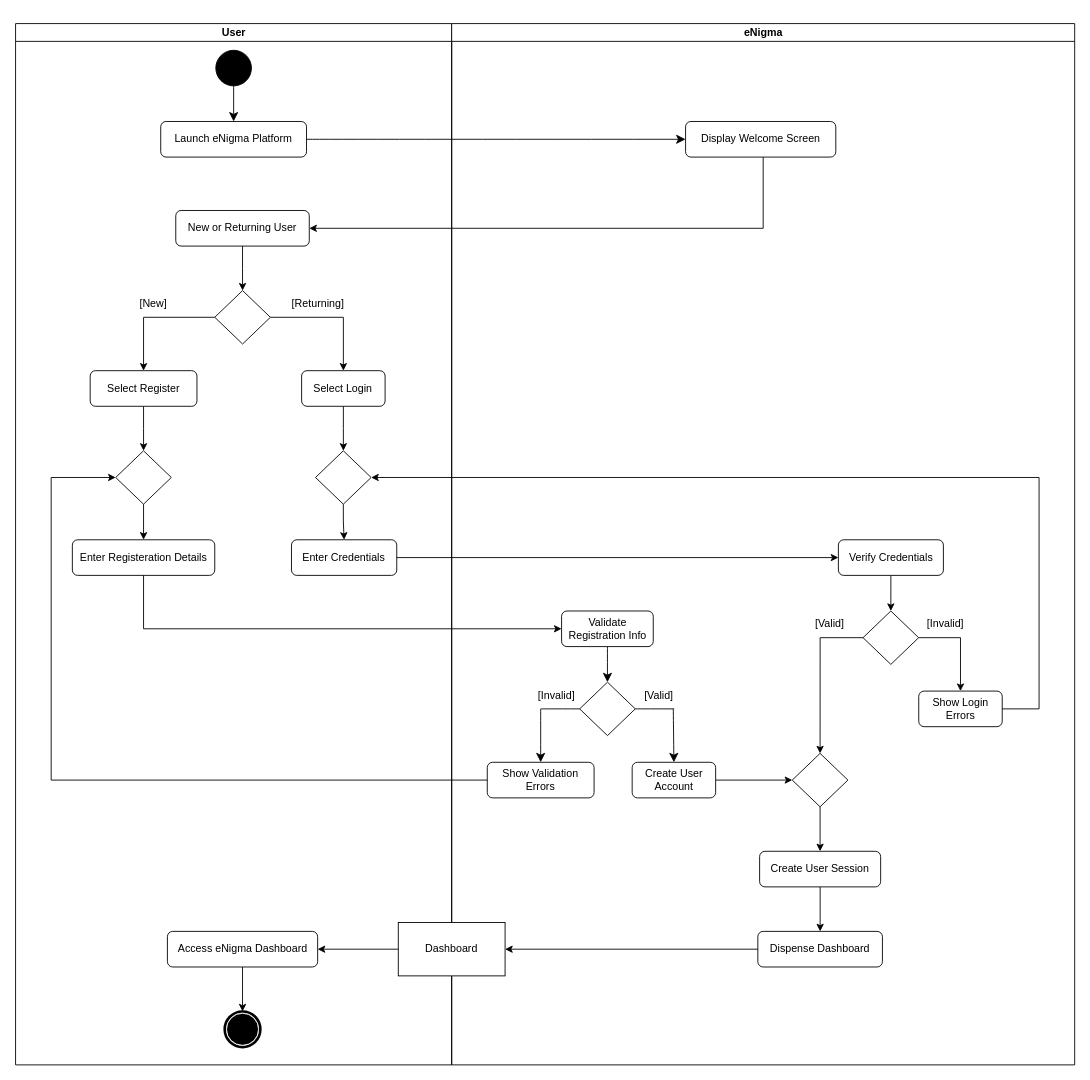
The draw.io diagram page "Page-1" (1 of 12) of Untitled Diagram.drawio in FrozenEnigma51051/Draw.io, before the edit. Source tidied: cells renumbered, new cells numbered last; positions are measured from the earlier drawing's top-left corner, leaving out a move shared by most shapes. Both pictures are drawn from the tidied source at 89%, with x=0, y=0 at pixel (15, 23).
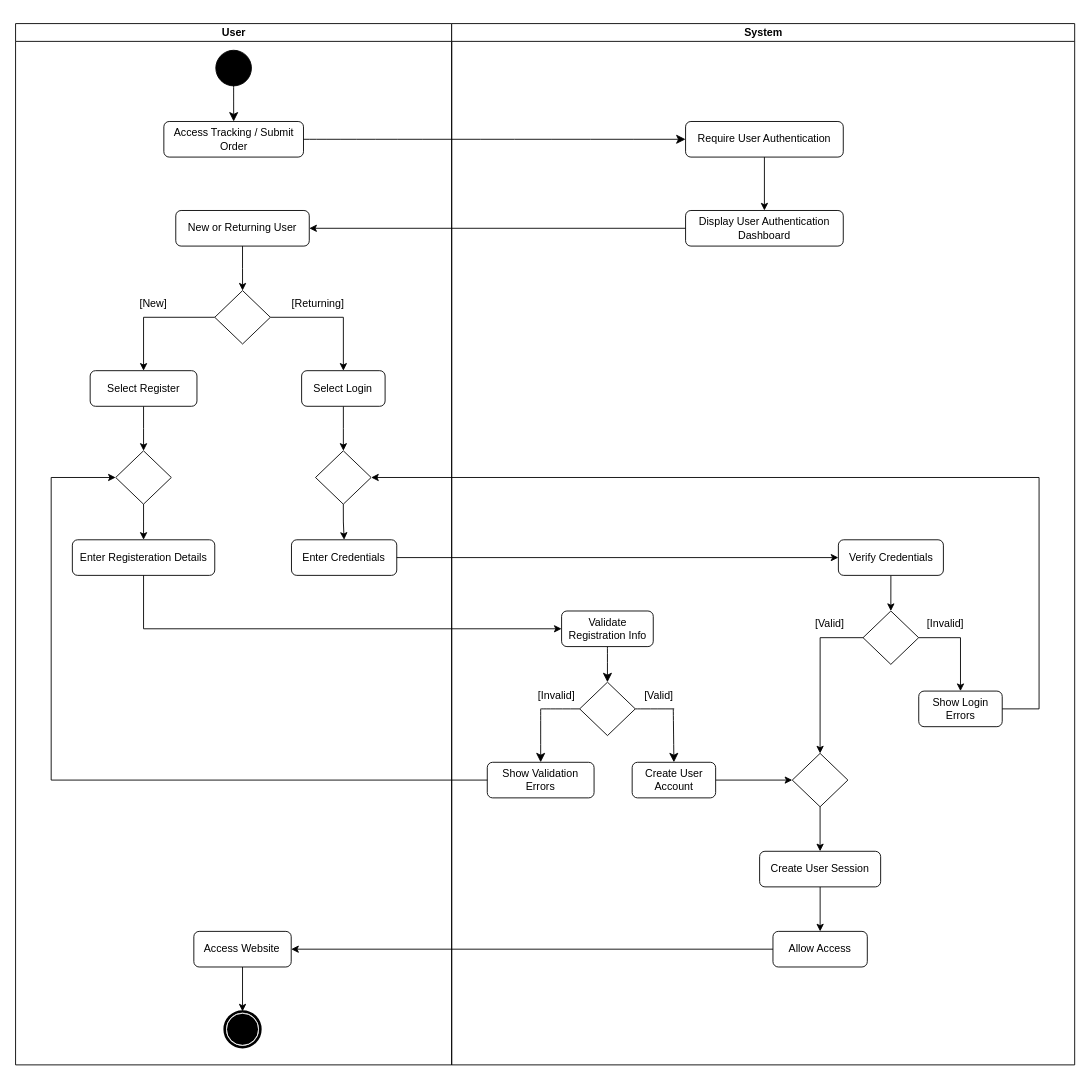
After the change.

The change refers to these unchanged cells:
```xml
<mxCell id="2" value="User" style="swimlane;html=1;startSize=20;" parent="1" vertex="1">
  <mxGeometry width="490" height="1170" as="geometry" />
</mxCell>
<mxCell id="7" value="New or Returning User" style="rounded=1;whiteSpace=wrap;html=1;" parent="2" vertex="1">
  <mxGeometry x="180" y="210" width="150" height="40" as="geometry" />
</mxCell>
```

What changed in the source:
```diff
@@
-    <mxCell id="4" value="Launch eNigma Platform" style="rounded=1;whiteSpace=wrap;html=1;" parent="2" vertex="1">
-      <mxGeometry x="163.1" y="110" width="163.8" height="40" as="geometry" />
+    <mxCell id="4" value="Access Tracking / Submit Order" style="rounded=1;whiteSpace=wrap;html=1;" parent="2" vertex="1">
+      <mxGeometry x="166.6" y="110" width="156.9" height="40" as="geometry" />
     </mxCell>
@@
-    <mxCell id="25" value="Access eNigma Dashboard" style="rounded=1;whiteSpace=wrap;html=1;" parent="2" vertex="1">
-      <mxGeometry x="170.6" y="1020" width="168.8" height="40" as="geometry" />
+    <mxCell id="25" value="Access Website" style="rounded=1;whiteSpace=wrap;html=1;" parent="2" vertex="1">
+      <mxGeometry x="200.3" y="1020" width="109.4" height="40" as="geometry" />
     </mxCell>
-    <mxCell id="26" value="eNigma" style="swimlane;html=1;startSize=20;" parent="1" vertex="1">
+    <mxCell id="26" value="System" style="swimlane;html=1;startSize=20;" parent="1" vertex="1">
       <mxGeometry x="490" width="700" height="1170" as="geometry" />
     </mxCell>
@@
+    <mxCell id="63" style="edgeStyle=orthogonalEdgeStyle;rounded=0;jettySize=auto;html=1;" parent="26" edge="1" source="46" target="64">
+      <mxGeometry relative="1" as="geometry" />
+    </mxCell>
-    <mxCell id="46" value="Display Welcome Screen" style="rounded=1;whiteSpace=wrap;html=1;" parent="26" vertex="1">
-      <mxGeometry x="262.8" y="110" width="168.8" height="40" as="geometry" />
+    <mxCell id="46" value="Require User Authentication" style="rounded=1;whiteSpace=wrap;html=1;" parent="26" vertex="1">
+      <mxGeometry x="262.8" y="110" width="177.2" height="40" as="geometry" />
     </mxCell>
@@
-    <mxCell id="50" value="Dispense Dashboard" style="rounded=1;whiteSpace=wrap;html=1;" parent="26" vertex="1">
-      <mxGeometry x="344" y="1020" width="140" height="40" as="geometry" />
+    <mxCell id="50" value="Allow Access" style="rounded=1;whiteSpace=wrap;html=1;" parent="26" vertex="1">
+      <mxGeometry x="361" y="1020" width="106" height="40" as="geometry" />
     </mxCell>
@@
+    <mxCell id="64" value="Display User Authentication Dashboard" style="rounded=1;whiteSpace=wrap;html=1;" parent="26" vertex="1">
+      <mxGeometry x="262.8" y="210" width="177.2" height="40" as="geometry" />
+    </mxCell>
@@
-    <mxCell id="58" style="edgeStyle=orthogonalEdgeStyle;rounded=0;jettySize=auto;html=1;entryX=1;entryY=0.5;entryDx=0;entryDy=0;" parent="1" edge="1" source="46" target="7">
-      <mxGeometry relative="1" as="geometry">
-        <Array as="points">
-          <mxPoint x="840" y="230" />
-        </Array>
-      </mxGeometry>
-    </mxCell>
@@
-    <mxCell id="60" style="edgeStyle=orthogonalEdgeStyle;rounded=0;jettySize=auto;html=1;exitX=0;exitY=0.5;exitDx=0;exitDy=0;entryX=1;entryY=0.5;entryDx=0;entryDy=0;" parent="1" edge="1" source="61" target="25">
-      <mxGeometry relative="1" as="geometry" />
-    </mxCell>
-    <mxCell id="61" value="Dashboard" style="rounded=0;whiteSpace=wrap;html=1;" parent="1" vertex="1">
-      <mxGeometry x="430" y="1010" width="120" height="60" as="geometry" />
-    </mxCell>
-    <mxCell id="62" style="edgeStyle=orthogonalEdgeStyle;rounded=0;jettySize=auto;html=1;" parent="1" edge="1" source="50" target="61">
-      <mxGeometry relative="1" as="geometry" />
-    </mxCell>
+    <mxCell id="65" style="edgeStyle=orthogonalEdgeStyle;rounded=0;jettySize=auto;html=1;" parent="1" edge="1" source="64" target="7">
+      <mxGeometry relative="1" as="geometry" />
+    </mxCell>
+    <mxCell id="66" style="edgeStyle=orthogonalEdgeStyle;rounded=0;jettySize=auto;html=1;entryX=1;entryY=0.5;entryDx=0;entryDy=0;" parent="1" edge="1" source="50" target="25">
+      <mxGeometry relative="1" as="geometry" />
+    </mxCell>
```
